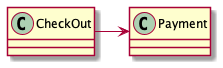
Above: diagram/association.png in rakavai/blogs (PlantUML), before the change. Its diagram source:
```plantuml
@startuml

class CheckOut
class Payment

CheckOut -> Payment

@enduml
```
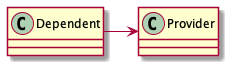
The same diagram one commit later.

Commit message:
Change the class name and ordering of the line type

Change to the diagram source:
```diff
@@ -1,8 +1,8 @@
 @startuml
 
-class CheckOut
-class Payment
+class Dependent
+class Provider
 
-CheckOut -> Payment
+Dependent -> Provider
 
 @enduml
```
